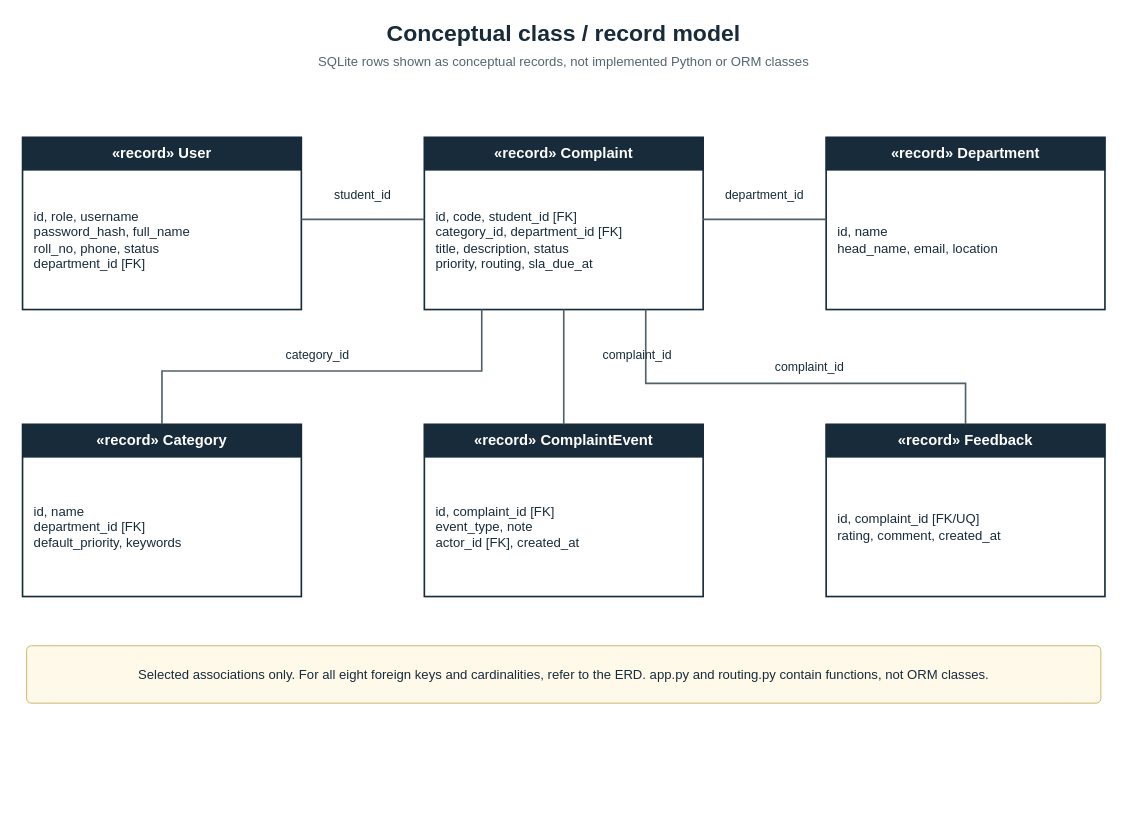
Yashwant-git392/Yashwant-git392 keeps this draw.io diagram as shikayat-setu/report/diagrams/fig-class.drawio. Above is the earlier version. Source tidied: cells renumbered, new cells numbered last; positions are measured from the earlier drawing's top-left corner, leaving out a move shared by most shapes. Both pictures are drawn from the tidied source at 82%, with x=0, y=0 at pixel (14, 14).
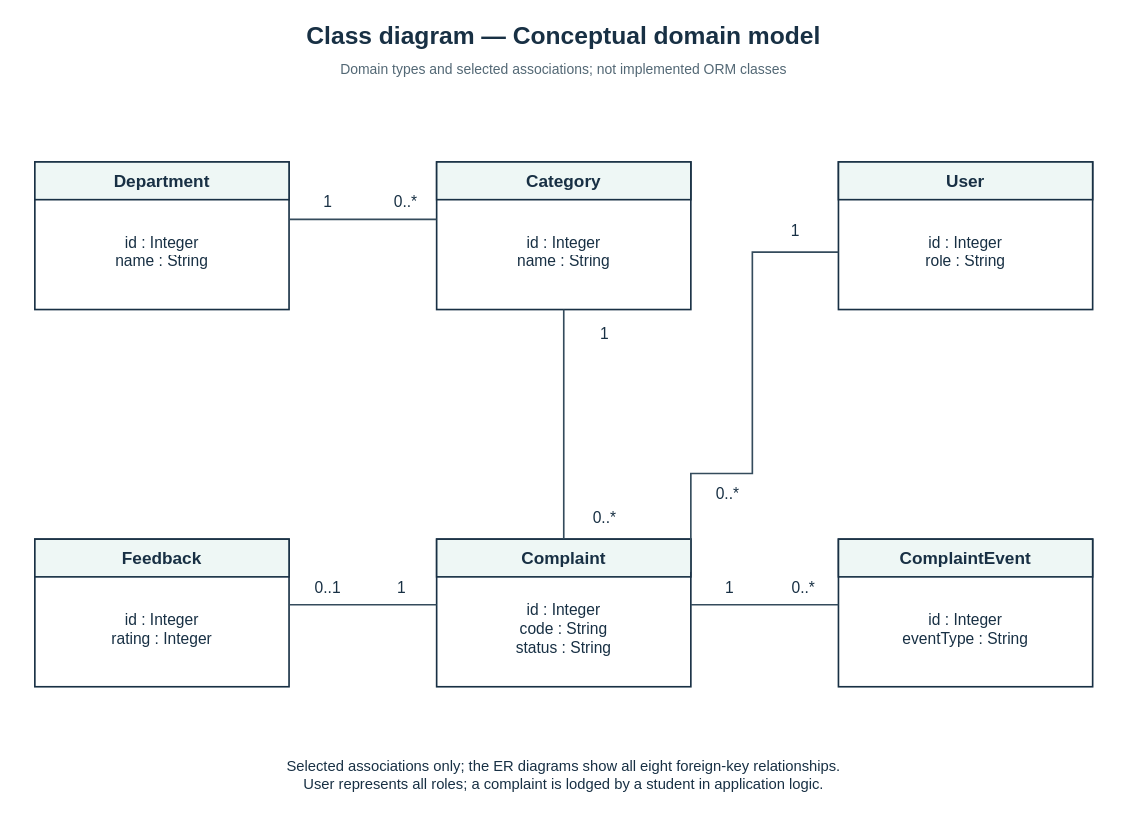
After the change.

Diff of the diagram source:
```diff
@@
-    <mxCell id="2" value="Conceptual class / record model" style="text;html=1;align=center;verticalAlign=middle;whiteSpace=wrap;rounded=0;strokeColor=none;fillColor=none;fontFamily=Arial;fontSize=28;fontStyle=1;fontColor=#172b3a;" parent="1" vertex="1">
-      <mxGeometry width="1340" height="45" as="geometry" />
+    <mxCell id="2" value="Class diagram — Conceptual domain model" style="text;html=0;align=center;verticalAlign=middle;whiteSpace=wrap;strokeColor=none;fillColor=none;fontFamily=Arial;fontSize=30;fontColor=#183044;fontStyle=1;" parent="1" vertex="1">
+      <mxGeometry y="2" width="1340" height="48" as="geometry" />
     </mxCell>
-    <mxCell id="3" value="SQLite rows shown as conceptual records, not implemented Python or ORM classes" style="text;html=1;align=center;verticalAlign=middle;whiteSpace=wrap;rounded=0;strokeColor=none;fillColor=none;fontFamily=Arial;fontSize=16;fontStyle=0;fontColor=#536670;" parent="1" vertex="1">
-      <mxGeometry y="43" width="1340" height="30" as="geometry" />
+    <mxCell id="3" value="Domain types and selected associations; not implemented ORM classes" style="text;html=0;align=center;verticalAlign=middle;whiteSpace=wrap;strokeColor=none;fillColor=none;fontFamily=Arial;fontSize=17;fontColor=#536875;fontStyle=0;" parent="1" vertex="1">
+      <mxGeometry y="52" width="1340" height="32" as="geometry" />
     </mxCell>
-    <mxCell id="4" style="rounded=0;whiteSpace=wrap;html=1;fillColor=#ffffff;strokeColor=#172b3a;strokeWidth=2;" parent="1" vertex="1">
-      <mxGeometry x="10" y="150" width="340" height="210" as="geometry" />
+    <mxCell id="4" style="rounded=0;whiteSpace=wrap;html=0;fillColor=white;strokeColor=#183044;strokeWidth=2;fontFamily=Arial;fontSize=20;fontColor=#183044;fontStyle=0;align=center;verticalAlign=middle;" parent="1" vertex="1">
+      <mxGeometry x="25" y="180" width="310" height="180" as="geometry" />
     </mxCell>
-    <mxCell id="5" value="«record»  User" style="rounded=0;whiteSpace=wrap;html=1;fillColor=#172b3a;strokeColor=#172b3a;fontColor=#ffffff;fontStyle=1;fontSize=18;fontFamily=Arial;" parent="1" vertex="1">
-      <mxGeometry x="10" y="150" width="340" height="40" as="geometry" />
+    <mxCell id="5" value="Department" style="rounded=0;whiteSpace=wrap;html=0;fillColor=#eef7f5;strokeColor=#183044;strokeWidth=2;fontFamily=Arial;fontSize=21;fontColor=#183044;fontStyle=1;align=center;verticalAlign=middle;" parent="1" vertex="1">
+      <mxGeometry x="25" y="180" width="310" height="46" as="geometry" />
     </mxCell>
-    <mxCell id="6" value="id, role, username&#10;password_hash, full_name&#10;roll_no, phone, status&#10;department_id [FK]" style="text;html=1;align=left;verticalAlign=middle;whiteSpace=wrap;rounded=0;strokeColor=none;fillColor=none;fontFamily=Arial;fontSize=16;fontStyle=0;fontColor=#172b3a;" parent="1" vertex="1">
-      <mxGeometry x="22" y="198" width="316" height="154" as="geometry" />
+    <mxCell id="6" value="id : Integer&#10;name : String" style="text;html=0;align=center;verticalAlign=middle;whiteSpace=wrap;strokeColor=none;fillColor=none;fontFamily=Arial;fontSize=19;fontColor=#183044;fontStyle=0;" parent="1" vertex="1">
+      <mxGeometry x="35" y="232" width="290" height="115" as="geometry" />
     </mxCell>
-    <mxCell id="7" style="rounded=0;whiteSpace=wrap;html=1;fillColor=#ffffff;strokeColor=#172b3a;strokeWidth=2;" parent="1" vertex="1">
-      <mxGeometry x="500" y="150" width="340" height="210" as="geometry" />
+    <mxCell id="7" style="rounded=0;whiteSpace=wrap;html=0;fillColor=white;strokeColor=#183044;strokeWidth=2;fontFamily=Arial;fontSize=20;fontColor=#183044;fontStyle=0;align=center;verticalAlign=middle;" parent="1" vertex="1">
+      <mxGeometry x="515" y="180" width="310" height="180" as="geometry" />
     </mxCell>
-    <mxCell id="8" value="«record»  Complaint" style="rounded=0;whiteSpace=wrap;html=1;fillColor=#172b3a;strokeColor=#172b3a;fontColor=#ffffff;fontStyle=1;fontSize=18;fontFamily=Arial;" parent="1" vertex="1">
-      <mxGeometry x="500" y="150" width="340" height="40" as="geometry" />
+    <mxCell id="8" value="Category" style="rounded=0;whiteSpace=wrap;html=0;fillColor=#eef7f5;strokeColor=#183044;strokeWidth=2;fontFamily=Arial;fontSize=21;fontColor=#183044;fontStyle=1;align=center;verticalAlign=middle;" parent="1" vertex="1">
+      <mxGeometry x="515" y="180" width="310" height="46" as="geometry" />
     </mxCell>
-    <mxCell id="9" value="id, code, student_id [FK]&#10;category_id, department_id [FK]&#10;title, description, status&#10;priority, routing, sla_due_at" style="text;html=1;align=left;verticalAlign=middle;whiteSpace=wrap;rounded=0;strokeColor=none;fillColor=none;fontFamily=Arial;fontSize=16;fontStyle=0;fontColor=#172b3a;" parent="1" vertex="1">
-      <mxGeometry x="512" y="198" width="316" height="154" as="geometry" />
+    <mxCell id="9" value="id : Integer&#10;name : String" style="text;html=0;align=center;verticalAlign=middle;whiteSpace=wrap;strokeColor=none;fillColor=none;fontFamily=Arial;fontSize=19;fontColor=#183044;fontStyle=0;" parent="1" vertex="1">
+      <mxGeometry x="525" y="232" width="290" height="115" as="geometry" />
     </mxCell>
-    <mxCell id="10" style="rounded=0;whiteSpace=wrap;html=1;fillColor=#ffffff;strokeColor=#172b3a;strokeWidth=2;" parent="1" vertex="1">
-      <mxGeometry x="990" y="150" width="340" height="210" as="geometry" />
+    <mxCell id="10" style="rounded=0;whiteSpace=wrap;html=0;fillColor=white;strokeColor=#183044;strokeWidth=2;fontFamily=Arial;fontSize=20;fontColor=#183044;fontStyle=0;align=center;verticalAlign=middle;" parent="1" vertex="1">
+      <mxGeometry x="1005" y="180" width="310" height="180" as="geometry" />
     </mxCell>
-    <mxCell id="11" value="«record»  Department" style="rounded=0;whiteSpace=wrap;html=1;fillColor=#172b3a;strokeColor=#172b3a;fontColor=#ffffff;fontStyle=1;fontSize=18;fontFamily=Arial;" parent="1" vertex="1">
-      <mxGeometry x="990" y="150" width="340" height="40" as="geometry" />
+    <mxCell id="11" value="User" style="rounded=0;whiteSpace=wrap;html=0;fillColor=#eef7f5;strokeColor=#183044;strokeWidth=2;fontFamily=Arial;fontSize=21;fontColor=#183044;fontStyle=1;align=center;verticalAlign=middle;" parent="1" vertex="1">
+      <mxGeometry x="1005" y="180" width="310" height="46" as="geometry" />
     </mxCell>
-    <mxCell id="12" value="id, name&#10;head_name, email, location" style="text;html=1;align=left;verticalAlign=middle;whiteSpace=wrap;rounded=0;strokeColor=none;fillColor=none;fontFamily=Arial;fontSize=16;fontStyle=0;fontColor=#172b3a;" parent="1" vertex="1">
-      <mxGeometry x="1002" y="198" width="316" height="154" as="geometry" />
+    <mxCell id="12" value="id : Integer&#10;role : String" style="text;html=0;align=center;verticalAlign=middle;whiteSpace=wrap;strokeColor=none;fillColor=none;fontFamily=Arial;fontSize=19;fontColor=#183044;fontStyle=0;" parent="1" vertex="1">
+      <mxGeometry x="1015" y="232" width="290" height="115" as="geometry" />
     </mxCell>
-    <mxCell id="13" style="rounded=0;whiteSpace=wrap;html=1;fillColor=#ffffff;strokeColor=#172b3a;strokeWidth=2;" parent="1" vertex="1">
-      <mxGeometry x="10" y="500" width="340" height="210" as="geometry" />
+    <mxCell id="13" style="rounded=0;whiteSpace=wrap;html=0;fillColor=white;strokeColor=#183044;strokeWidth=2;fontFamily=Arial;fontSize=20;fontColor=#183044;fontStyle=0;align=center;verticalAlign=middle;" parent="1" vertex="1">
+      <mxGeometry x="515" y="640" width="310" height="180" as="geometry" />
     </mxCell>
-    <mxCell id="14" value="«record»  Category" style="rounded=0;whiteSpace=wrap;html=1;fillColor=#172b3a;strokeColor=#172b3a;fontColor=#ffffff;fontStyle=1;fontSize=18;fontFamily=Arial;" parent="1" vertex="1">
-      <mxGeometry x="10" y="500" width="340" height="40" as="geometry" />
+    <mxCell id="14" value="Complaint" style="rounded=0;whiteSpace=wrap;html=0;fillColor=#eef7f5;strokeColor=#183044;strokeWidth=2;fontFamily=Arial;fontSize=21;fontColor=#183044;fontStyle=1;align=center;verticalAlign=middle;" parent="1" vertex="1">
+      <mxGeometry x="515" y="640" width="310" height="46" as="geometry" />
     </mxCell>
-    <mxCell id="15" value="id, name&#10;department_id [FK]&#10;default_priority, keywords" style="text;html=1;align=left;verticalAlign=middle;whiteSpace=wrap;rounded=0;strokeColor=none;fillColor=none;fontFamily=Arial;fontSize=16;fontStyle=0;fontColor=#172b3a;" parent="1" vertex="1">
-      <mxGeometry x="22" y="548" width="316" height="154" as="geometry" />
+    <mxCell id="15" value="id : Integer&#10;code : String&#10;status : String" style="text;html=0;align=center;verticalAlign=middle;whiteSpace=wrap;strokeColor=none;fillColor=none;fontFamily=Arial;fontSize=19;fontColor=#183044;fontStyle=0;" parent="1" vertex="1">
+      <mxGeometry x="525" y="692" width="290" height="115" as="geometry" />
     </mxCell>
-    <mxCell id="16" style="rounded=0;whiteSpace=wrap;html=1;fillColor=#ffffff;strokeColor=#172b3a;strokeWidth=2;" parent="1" vertex="1">
-      <mxGeometry x="500" y="500" width="340" height="210" as="geometry" />
+    <mxCell id="16" style="rounded=0;whiteSpace=wrap;html=0;fillColor=white;strokeColor=#183044;strokeWidth=2;fontFamily=Arial;fontSize=20;fontColor=#183044;fontStyle=0;align=center;verticalAlign=middle;" parent="1" vertex="1">
+      <mxGeometry x="25" y="640" width="310" height="180" as="geometry" />
     </mxCell>
-    <mxCell id="17" value="«record»  ComplaintEvent" style="rounded=0;whiteSpace=wrap;html=1;fillColor=#172b3a;strokeColor=#172b3a;fontColor=#ffffff;fontStyle=1;fontSize=18;fontFamily=Arial;" parent="1" vertex="1">
-      <mxGeometry x="500" y="500" width="340" height="40" as="geometry" />
+    <mxCell id="17" value="Feedback" style="rounded=0;whiteSpace=wrap;html=0;fillColor=#eef7f5;strokeColor=#183044;strokeWidth=2;fontFamily=Arial;fontSize=21;fontColor=#183044;fontStyle=1;align=center;verticalAlign=middle;" parent="1" vertex="1">
+      <mxGeometry x="25" y="640" width="310" height="46" as="geometry" />
     </mxCell>
-    <mxCell id="18" value="id, complaint_id [FK]&#10;event_type, note&#10;actor_id [FK], created_at" style="text;html=1;align=left;verticalAlign=middle;whiteSpace=wrap;rounded=0;strokeColor=none;fillColor=none;fontFamily=Arial;fontSize=16;fontStyle=0;fontColor=#172b3a;" parent="1" vertex="1">
-      <mxGeometry x="512" y="548" width="316" height="154" as="geometry" />
+    <mxCell id="18" value="id : Integer&#10;rating : Integer" style="text;html=0;align=center;verticalAlign=middle;whiteSpace=wrap;strokeColor=none;fillColor=none;fontFamily=Arial;fontSize=19;fontColor=#183044;fontStyle=0;" parent="1" vertex="1">
+      <mxGeometry x="35" y="692" width="290" height="115" as="geometry" />
     </mxCell>
-    <mxCell id="19" style="rounded=0;whiteSpace=wrap;html=1;fillColor=#ffffff;strokeColor=#172b3a;strokeWidth=2;" parent="1" vertex="1">
-      <mxGeometry x="990" y="500" width="340" height="210" as="geometry" />
+    <mxCell id="19" style="rounded=0;whiteSpace=wrap;html=0;fillColor=white;strokeColor=#183044;strokeWidth=2;fontFamily=Arial;fontSize=20;fontColor=#183044;fontStyle=0;align=center;verticalAlign=middle;" parent="1" vertex="1">
+      <mxGeometry x="1005" y="640" width="310" height="180" as="geometry" />
     </mxCell>
-    <mxCell id="20" value="«record»  Feedback" style="rounded=0;whiteSpace=wrap;html=1;fillColor=#172b3a;strokeColor=#172b3a;fontColor=#ffffff;fontStyle=1;fontSize=18;fontFamily=Arial;" parent="1" vertex="1">
-      <mxGeometry x="990" y="500" width="340" height="40" as="geometry" />
+    <mxCell id="20" value="ComplaintEvent" style="rounded=0;whiteSpace=wrap;html=0;fillColor=#eef7f5;strokeColor=#183044;strokeWidth=2;fontFamily=Arial;fontSize=21;fontColor=#183044;fontStyle=1;align=center;verticalAlign=middle;" parent="1" vertex="1">
+      <mxGeometry x="1005" y="640" width="310" height="46" as="geometry" />
     </mxCell>
-    <mxCell id="21" value="id, complaint_id [FK/UQ]&#10;rating, comment, created_at" style="text;html=1;align=left;verticalAlign=middle;whiteSpace=wrap;rounded=0;strokeColor=none;fillColor=none;fontFamily=Arial;fontSize=16;fontStyle=0;fontColor=#172b3a;" parent="1" vertex="1">
-      <mxGeometry x="1002" y="548" width="316" height="154" as="geometry" />
+    <mxCell id="21" value="id : Integer&#10;eventType : String" style="text;html=0;align=center;verticalAlign=middle;whiteSpace=wrap;strokeColor=none;fillColor=none;fontFamily=Arial;fontSize=19;fontColor=#183044;fontStyle=0;" parent="1" vertex="1">
+      <mxGeometry x="1015" y="692" width="290" height="115" as="geometry" />
     </mxCell>
-    <mxCell id="22" style="edgeStyle=none;rounded=0;html=1;strokeColor=#50616b;strokeWidth=2;endArrow=none;endFill=1;dashed=0;" parent="1" edge="1">
+    <mxCell id="22" style="edgeStyle=none;rounded=0;strokeColor=#344b5c;strokeWidth=2;endArrow=none;endFill=0;dashed=0;" parent="1" edge="1">
       <mxGeometry relative="1" as="geometry">
-        <mxPoint x="350" y="250" as="sourcePoint" />
-        <mxPoint x="500" y="250" as="targetPoint" />
+        <mxPoint x="335" y="250" as="sourcePoint" />
+        <mxPoint x="515" y="250" as="targetPoint" />
       </mxGeometry>
     </mxCell>
-    <mxCell id="23" value="student_id" style="text;html=1;align=center;verticalAlign=middle;whiteSpace=wrap;rounded=0;strokeColor=none;fillColor=none;fontFamily=Arial;fontSize=15;fontStyle=0;fontColor=#172b3a;" parent="1" vertex="1">
-      <mxGeometry x="360" y="205" width="130" height="30" as="geometry" />
+    <mxCell id="23" style="edgeStyle=none;rounded=0;strokeColor=#344b5c;strokeWidth=2;endArrow=none;endFill=0;dashed=0;" parent="1" edge="1">
+      <mxGeometry relative="1" as="geometry">
+        <mxPoint x="670" y="360" as="sourcePoint" />
+        <mxPoint x="670" y="640" as="targetPoint" />
+      </mxGeometry>
     </mxCell>
-    <mxCell id="24" style="edgeStyle=none;rounded=0;html=1;strokeColor=#50616b;strokeWidth=2;endArrow=none;endFill=1;dashed=0;" parent="1" edge="1">
+    <mxCell id="24" style="edgeStyle=none;rounded=0;strokeColor=#344b5c;strokeWidth=2;endArrow=none;endFill=0;dashed=0;" parent="1" edge="1">
       <mxGeometry relative="1" as="geometry">
-        <mxPoint x="840" y="250" as="sourcePoint" />
-        <mxPoint x="990" y="250" as="targetPoint" />
+        <mxPoint x="1005" y="290" as="sourcePoint" />
+        <mxPoint x="825" y="680" as="targetPoint" />
+        <Array as="points">
+          <mxPoint x="900" y="290" />
+          <mxPoint x="900" y="560" />
+          <mxPoint x="825" y="560" />
+        </Array>
       </mxGeometry>
     </mxCell>
-    <mxCell id="25" value="department_id" style="text;html=1;align=center;verticalAlign=middle;whiteSpace=wrap;rounded=0;strokeColor=none;fillColor=none;fontFamily=Arial;fontSize=15;fontStyle=0;fontColor=#172b3a;" parent="1" vertex="1">
-      <mxGeometry x="845" y="205" width="140" height="30" as="geometry" />
+    <mxCell id="25" style="edgeStyle=none;rounded=0;strokeColor=#344b5c;strokeWidth=2;endArrow=none;endFill=0;dashed=0;" parent="1" edge="1">
+      <mxGeometry relative="1" as="geometry">
+        <mxPoint x="335" y="720" as="sourcePoint" />
+        <mxPoint x="515" y="720" as="targetPoint" />
+      </mxGeometry>
     </mxCell>
-    <mxCell id="26" style="edgeStyle=none;rounded=0;html=1;strokeColor=#50616b;strokeWidth=2;endArrow=none;endFill=1;dashed=0;" parent="1" edge="1">
+    <mxCell id="26" style="edgeStyle=none;rounded=0;strokeColor=#344b5c;strokeWidth=2;endArrow=none;endFill=0;dashed=0;" parent="1" edge="1">
       <mxGeometry relative="1" as="geometry">
-        <mxPoint x="180" y="500" as="sourcePoint" />
-        <mxPoint x="570" y="360" as="targetPoint" />
-        <Array as="points">
-          <mxPoint x="180" y="435" />
-          <mxPoint x="570" y="435" />
-        </Array>
+        <mxPoint x="825" y="720" as="sourcePoint" />
+        <mxPoint x="1005" y="720" as="targetPoint" />
       </mxGeometry>
     </mxCell>
-    <mxCell id="27" value="category_id" style="text;html=1;align=center;verticalAlign=middle;whiteSpace=wrap;rounded=0;strokeColor=none;fillColor=none;fontFamily=Arial;fontSize=15;fontStyle=0;fontColor=#172b3a;" parent="1" vertex="1">
-      <mxGeometry x="270" y="400" width="200" height="30" as="geometry" />
+    <mxCell id="27" value="1" style="text;html=0;align=center;verticalAlign=middle;whiteSpace=wrap;strokeColor=none;fillColor=none;fontFamily=Arial;fontSize=19;fontColor=#183044;fontStyle=0;" parent="1" vertex="1">
+      <mxGeometry x="345" y="215" width="75" height="30" as="geometry" />
     </mxCell>
-    <mxCell id="28" style="edgeStyle=none;rounded=0;html=1;strokeColor=#50616b;strokeWidth=2;endArrow=none;endFill=1;dashed=0;" parent="1" edge="1">
-      <mxGeometry relative="1" as="geometry">
-        <mxPoint x="670" y="360" as="sourcePoint" />
-        <mxPoint x="670" y="500" as="targetPoint" />
-      </mxGeometry>
+    <mxCell id="28" value="0..*" style="text;html=0;align=center;verticalAlign=middle;whiteSpace=wrap;strokeColor=none;fillColor=none;fontFamily=Arial;fontSize=19;fontColor=#183044;fontStyle=0;" parent="1" vertex="1">
+      <mxGeometry x="440" y="215" width="75" height="30" as="geometry" />
     </mxCell>
-    <mxCell id="29" value="complaint_id" style="text;html=1;align=center;verticalAlign=middle;whiteSpace=wrap;rounded=0;strokeColor=none;fillColor=none;fontFamily=Arial;fontSize=15;fontStyle=0;fontColor=#172b3a;" parent="1" vertex="1">
-      <mxGeometry x="680" y="400" width="160" height="30" as="geometry" />
+    <mxCell id="29" value="1" style="text;html=0;align=center;verticalAlign=middle;whiteSpace=wrap;strokeColor=none;fillColor=none;fontFamily=Arial;fontSize=19;fontColor=#183044;fontStyle=0;" parent="1" vertex="1">
+      <mxGeometry x="680" y="375" width="80" height="30" as="geometry" />
     </mxCell>
-    <mxCell id="30" style="edgeStyle=none;rounded=0;html=1;strokeColor=#50616b;strokeWidth=2;endArrow=none;endFill=1;dashed=0;" parent="1" edge="1">
-      <mxGeometry relative="1" as="geometry">
-        <mxPoint x="770" y="360" as="sourcePoint" />
-        <mxPoint x="1160" y="500" as="targetPoint" />
-        <Array as="points">
-          <mxPoint x="770" y="450" />
-          <mxPoint x="1160" y="450" />
-        </Array>
-      </mxGeometry>
+    <mxCell id="30" value="0..*" style="text;html=0;align=center;verticalAlign=middle;whiteSpace=wrap;strokeColor=none;fillColor=none;fontFamily=Arial;fontSize=19;fontColor=#183044;fontStyle=0;" parent="1" vertex="1">
+      <mxGeometry x="680" y="600" width="80" height="30" as="geometry" />
     </mxCell>
-    <mxCell id="31" value="complaint_id" style="text;html=1;align=center;verticalAlign=middle;whiteSpace=wrap;rounded=0;strokeColor=none;fillColor=none;fontFamily=Arial;fontSize=15;fontStyle=0;fontColor=#172b3a;" parent="1" vertex="1">
-      <mxGeometry x="870" y="415" width="200" height="30" as="geometry" />
+    <mxCell id="31" value="1" style="text;html=0;align=center;verticalAlign=middle;whiteSpace=wrap;strokeColor=none;fillColor=none;fontFamily=Arial;fontSize=19;fontColor=#183044;fontStyle=0;" parent="1" vertex="1">
+      <mxGeometry x="915" y="250" width="75" height="30" as="geometry" />
     </mxCell>
-    <mxCell id="32" value="Selected associations only. For all eight foreign keys and cardinalities, refer to the ERD. app.py and routing.py contain functions, not ORM classes." style="rounded=1;arcSize=8;whiteSpace=wrap;html=1;fillColor=#fff9e9;strokeColor=#c6a650;fontFamily=Arial;fontSize=16;fontColor=#172b3a;spacing=8;" parent="1" vertex="1">
-      <mxGeometry x="15" y="770" width="1310" height="70" as="geometry" />
+    <mxCell id="32" value="0..*" style="text;html=0;align=center;verticalAlign=middle;whiteSpace=wrap;strokeColor=none;fillColor=none;fontFamily=Arial;fontSize=19;fontColor=#183044;fontStyle=0;" parent="1" vertex="1">
+      <mxGeometry x="830" y="570" width="80" height="30" as="geometry" />
     </mxCell>
+    <mxCell id="33" value="0..1" style="text;html=0;align=center;verticalAlign=middle;whiteSpace=wrap;strokeColor=none;fillColor=none;fontFamily=Arial;fontSize=19;fontColor=#183044;fontStyle=0;" parent="1" vertex="1">
+      <mxGeometry x="345" y="685" width="75" height="30" as="geometry" />
+    </mxCell>
+    <mxCell id="34" value="1" style="text;html=0;align=center;verticalAlign=middle;whiteSpace=wrap;strokeColor=none;fillColor=none;fontFamily=Arial;fontSize=19;fontColor=#183044;fontStyle=0;" parent="1" vertex="1">
+      <mxGeometry x="435" y="685" width="75" height="30" as="geometry" />
+    </mxCell>
+    <mxCell id="35" value="1" style="text;html=0;align=center;verticalAlign=middle;whiteSpace=wrap;strokeColor=none;fillColor=none;fontFamily=Arial;fontSize=19;fontColor=#183044;fontStyle=0;" parent="1" vertex="1">
+      <mxGeometry x="835" y="685" width="75" height="30" as="geometry" />
+    </mxCell>
+    <mxCell id="36" value="0..*" style="text;html=0;align=center;verticalAlign=middle;whiteSpace=wrap;strokeColor=none;fillColor=none;fontFamily=Arial;fontSize=19;fontColor=#183044;fontStyle=0;" parent="1" vertex="1">
+      <mxGeometry x="925" y="685" width="75" height="30" as="geometry" />
+    </mxCell>
+    <mxCell id="37" value="Selected associations only; the ER diagrams show all eight foreign-key relationships.&#10;User represents all roles; a complaint is lodged by a student in application logic." style="text;html=0;align=center;verticalAlign=middle;whiteSpace=wrap;strokeColor=none;fillColor=none;fontFamily=Arial;fontSize=18;fontColor=#183044;fontStyle=0;" parent="1" vertex="1">
+      <mxGeometry y="890" width="1340" height="75" as="geometry" />
+    </mxCell>
```
